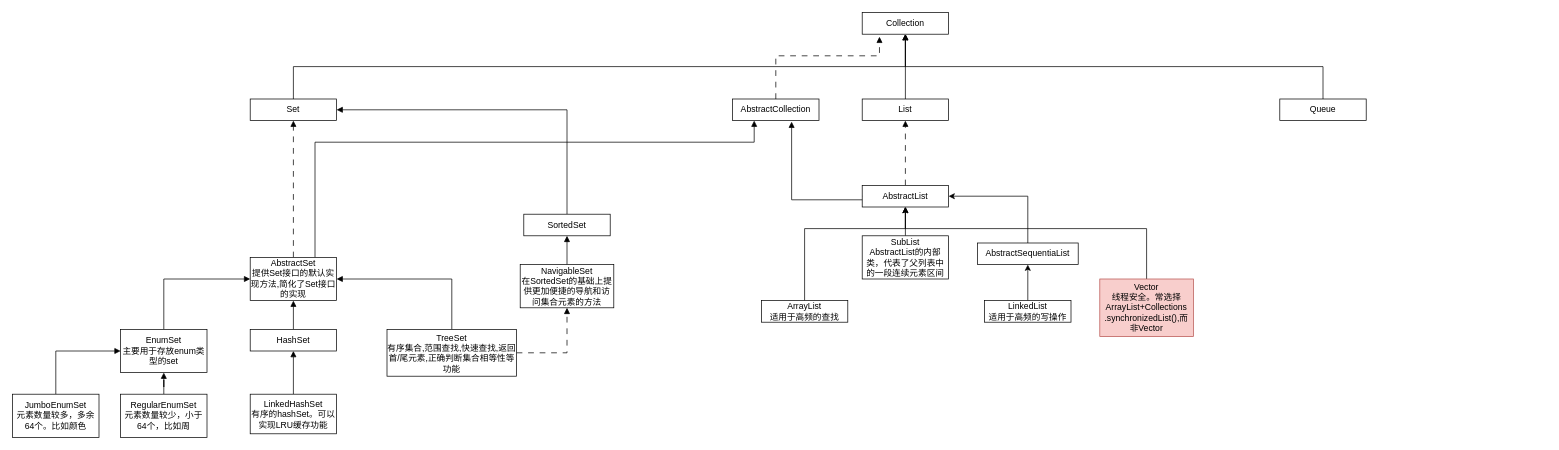
Forri1996/draw.io keeps this draw.io diagram as java-collection.drawio. Above is the earlier version. Source tidied: cells renumbered, new cells numbered last; positions are measured from the earlier drawing's top-left corner, leaving out a move shared by most shapes. Both pictures are drawn from the tidied source at 72%, with x=0, y=0 at pixel (12, 12).
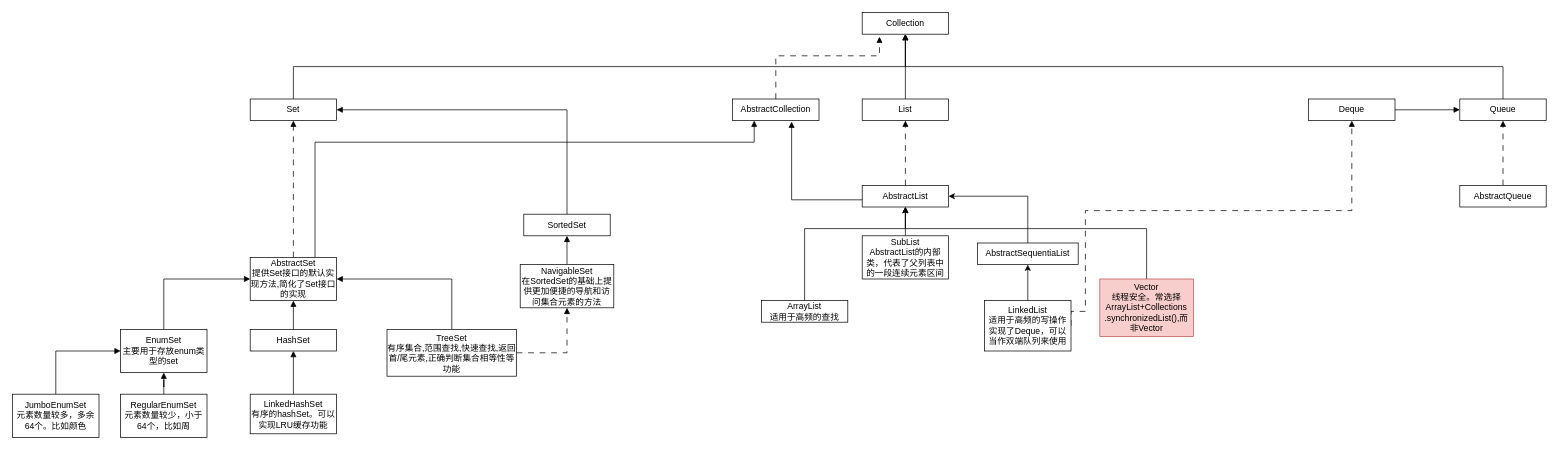
After the change.

Change to the diagram source:
```diff
@@
     <mxCell id="8" value="Queue" style="rounded=0;whiteSpace=wrap;html=1;" parent="1" vertex="1">
-      <mxGeometry x="1760" y="120" width="120" height="30" as="geometry" />
+      <mxGeometry x="2010" y="120" width="120" height="30" as="geometry" />
     </mxCell>
@@
+    <mxCell id="44" style="edgeStyle=orthogonalEdgeStyle;rounded=0;jettySize=auto;html=1;exitX=1;exitY=0.5;exitDx=0;exitDy=0;entryX=0.5;entryY=1;entryDx=0;entryDy=0;dashed=1;dashPattern=8 8;endArrow=block;endFill=1;" parent="1" edge="1" source="43" target="46">
+      <mxGeometry relative="1" as="geometry">
+        <Array as="points">
+          <mxPoint x="1490" y="415" />
+          <mxPoint x="1490" y="275" />
+          <mxPoint x="1860" y="275" />
+        </Array>
+      </mxGeometry>
+    </mxCell>
-    <mxCell id="43" value="LinkedList&lt;br&gt;适用于高频的写操作" style="rounded=0;whiteSpace=wrap;html=1;" parent="1" vertex="1">
-      <mxGeometry x="1350" y="400" width="120" height="30" as="geometry" />
+    <mxCell id="43" value="LinkedList&lt;br&gt;适用于高频的写操作&lt;br&gt;实现了Deque，可以当作双端队列来使用" style="rounded=0;whiteSpace=wrap;html=1;" parent="1" vertex="1">
+      <mxGeometry x="1350" y="400" width="120" height="70" as="geometry" />
     </mxCell>
+    <mxCell id="45" style="edgeStyle=orthogonalEdgeStyle;rounded=0;jettySize=auto;html=1;endArrow=block;endFill=1;" parent="1" edge="1" source="46" target="8">
+      <mxGeometry relative="1" as="geometry" />
+    </mxCell>
+    <mxCell id="46" value="Deque" style="rounded=0;whiteSpace=wrap;html=1;" parent="1" vertex="1">
+      <mxGeometry x="1800" y="120" width="120" height="30" as="geometry" />
+    </mxCell>
+    <mxCell id="47" style="edgeStyle=orthogonalEdgeStyle;rounded=0;jettySize=auto;html=1;endArrow=block;endFill=1;dashed=1;dashPattern=8 8;" parent="1" edge="1" source="48" target="8">
+      <mxGeometry relative="1" as="geometry" />
+    </mxCell>
+    <mxCell id="48" value="AbstractQueue" style="rounded=0;whiteSpace=wrap;html=1;" parent="1" vertex="1">
+      <mxGeometry x="2010" y="240" width="120" height="30" as="geometry" />
+    </mxCell>
```
